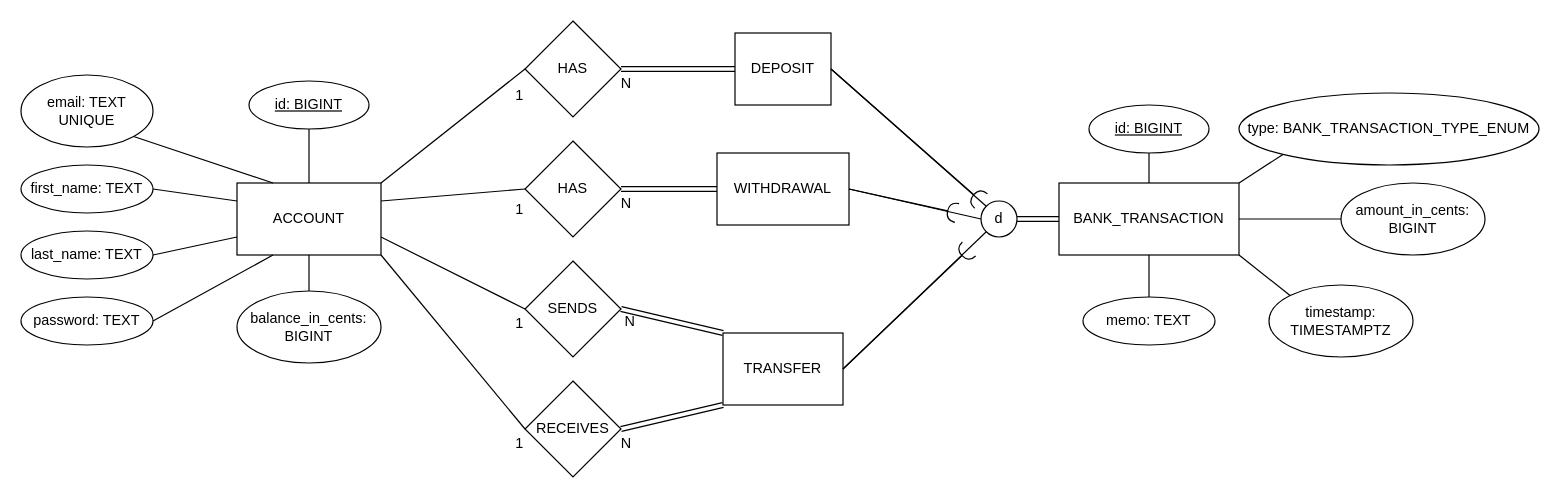
Revature-Group-3/bank-of-cli-backend keeps this draw.io diagram as docs/eer_diagram/eer_diagram.drawio. Above is the earlier version. Source tidied: cells renumbered, new cells numbered last; positions are measured from the earlier drawing's top-left corner, leaving out a move shared by most shapes. Both pictures are drawn from the tidied source at 120%, with x=0, y=0 at pixel (20, 20).
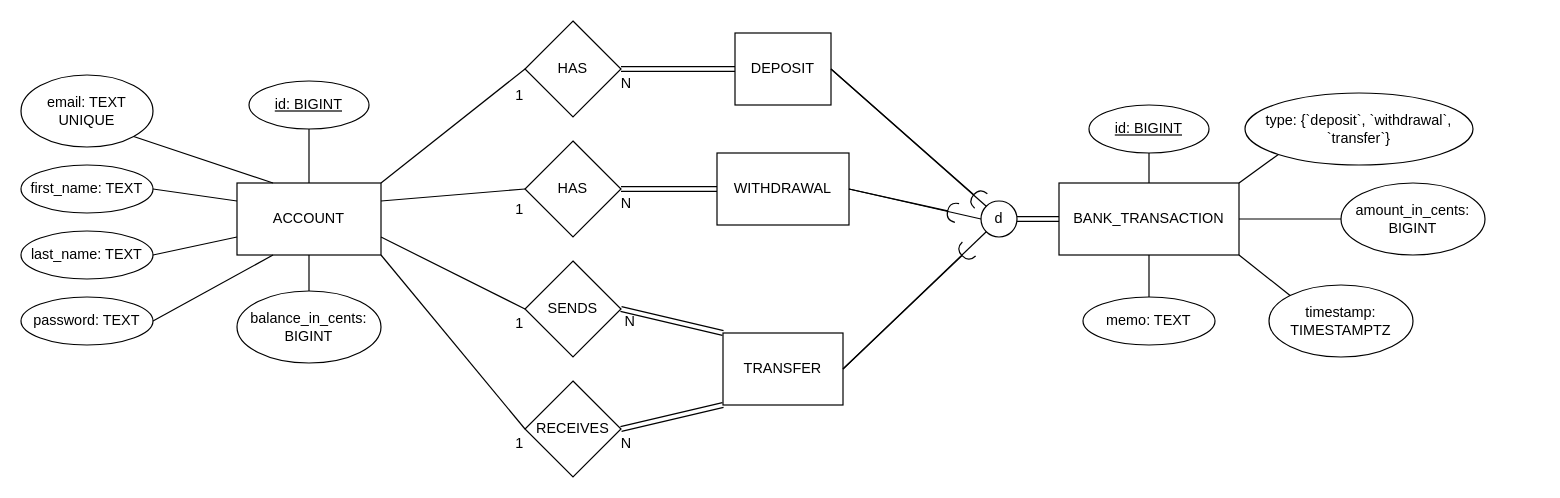
Above is the later version.

Commit message (it also covers changes not shown here):
Transaction type is now restricted-domain TEXT and not custom enum type.

Unchanged cells that the change refers to:
```xml
<mxCell id="3" value="BANK_TRANSACTION" style="rounded=0;whiteSpace=wrap;html=1;" parent="1" vertex="1">
  <mxGeometry x="865" y="135" width="150" height="60" as="geometry" />
</mxCell>
```

Change to the diagram source:
```diff
@@
-    <mxCell id="41" value="type: BANK_TRANSACTION_TYPE_ENUM" style="ellipse;whiteSpace=wrap;html=1;align=center;" parent="1" vertex="1">
-      <mxGeometry x="1015" y="60" width="250" height="60" as="geometry" />
-    </mxCell>
-    <mxCell id="42" style="endArrow=none;html=1;rounded=0;entryX=0;entryY=1;entryDx=0;entryDy=0;exitX=1;exitY=0;exitDx=0;exitDy=0;" parent="1" edge="1" source="3" target="41">
+    <mxCell id="42" style="endArrow=none;html=1;rounded=0;entryX=0;entryY=1;entryDx=0;entryDy=0;exitX=1;exitY=0;exitDx=0;exitDy=0;" parent="1" edge="1" source="3" target="59">
       <mxGeometry relative="1" as="geometry" />
     </mxCell>
@@
+    <mxCell id="59" value="type: {`deposit`, `withdrawal`, `transfer`}" style="ellipse;whiteSpace=wrap;html=1;align=center;" parent="1" vertex="1">
+      <mxGeometry x="1020" y="60" width="190" height="60" as="geometry" />
+    </mxCell>
```
